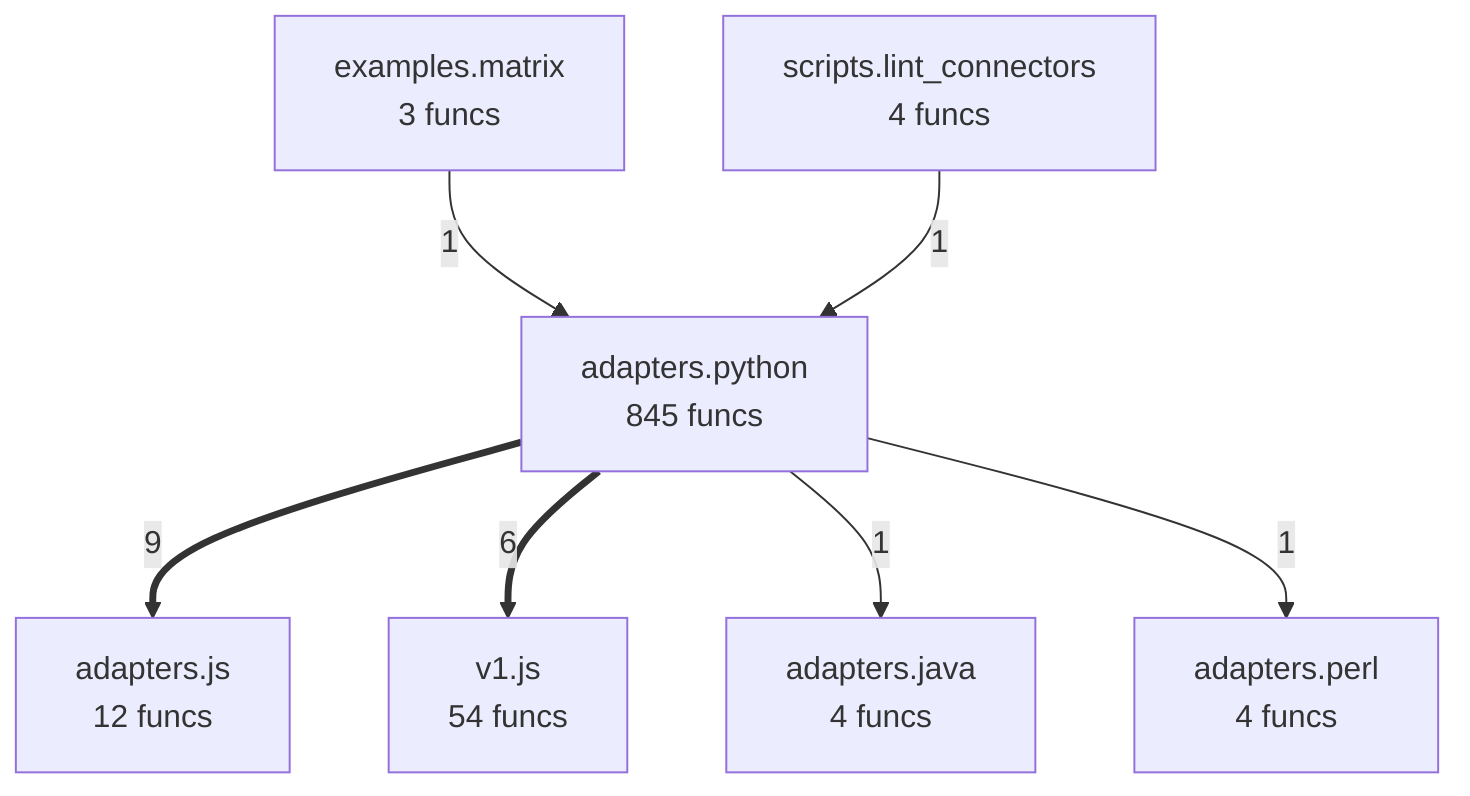
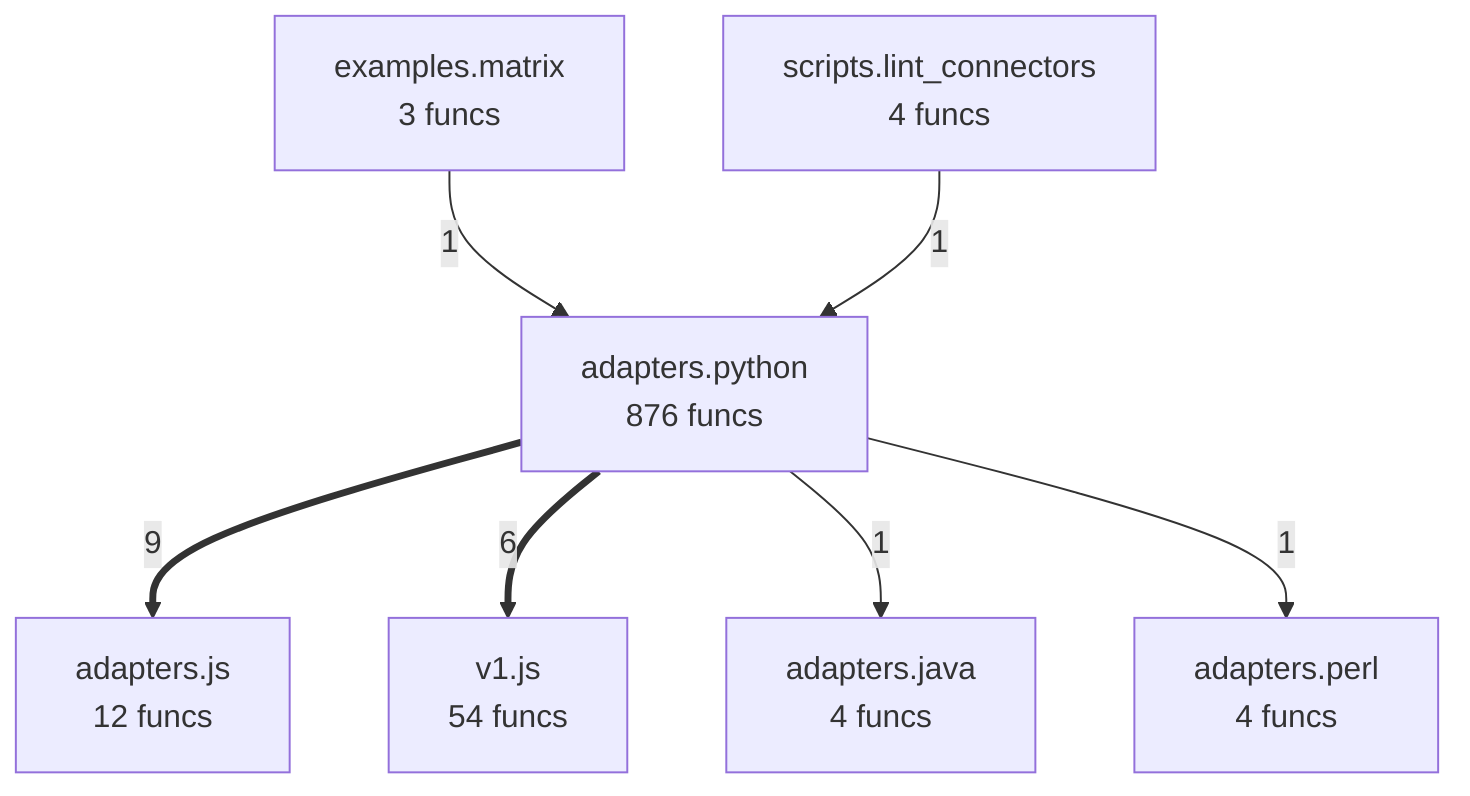
flowchart TD
- %% generated in 0.03s
+ %% generated in 0.02s
    adapters__java["adapters.java<br/>4 funcs"]
    adapters__js["adapters.js<br/>12 funcs"]
    adapters__perl["adapters.perl<br/>4 funcs"]
-     adapters__python["adapters.python<br/>845 funcs"]
+     adapters__python["adapters.python<br/>876 funcs"]
    examples__matrix["examples.matrix<br/>3 funcs"]
    scripts__lint_connectors["scripts.lint_connectors<br/>4 funcs"]
    v1__js["v1.js<br/>54 funcs"]
    adapters__python ==>|9| adapters__js
    adapters__python ==>|6| v1__js
    examples__matrix -->|1| adapters__python
    scripts__lint_connectors -->|1| adapters__python
    adapters__python -->|1| adapters__java
    adapters__python -->|1| adapters__perl
